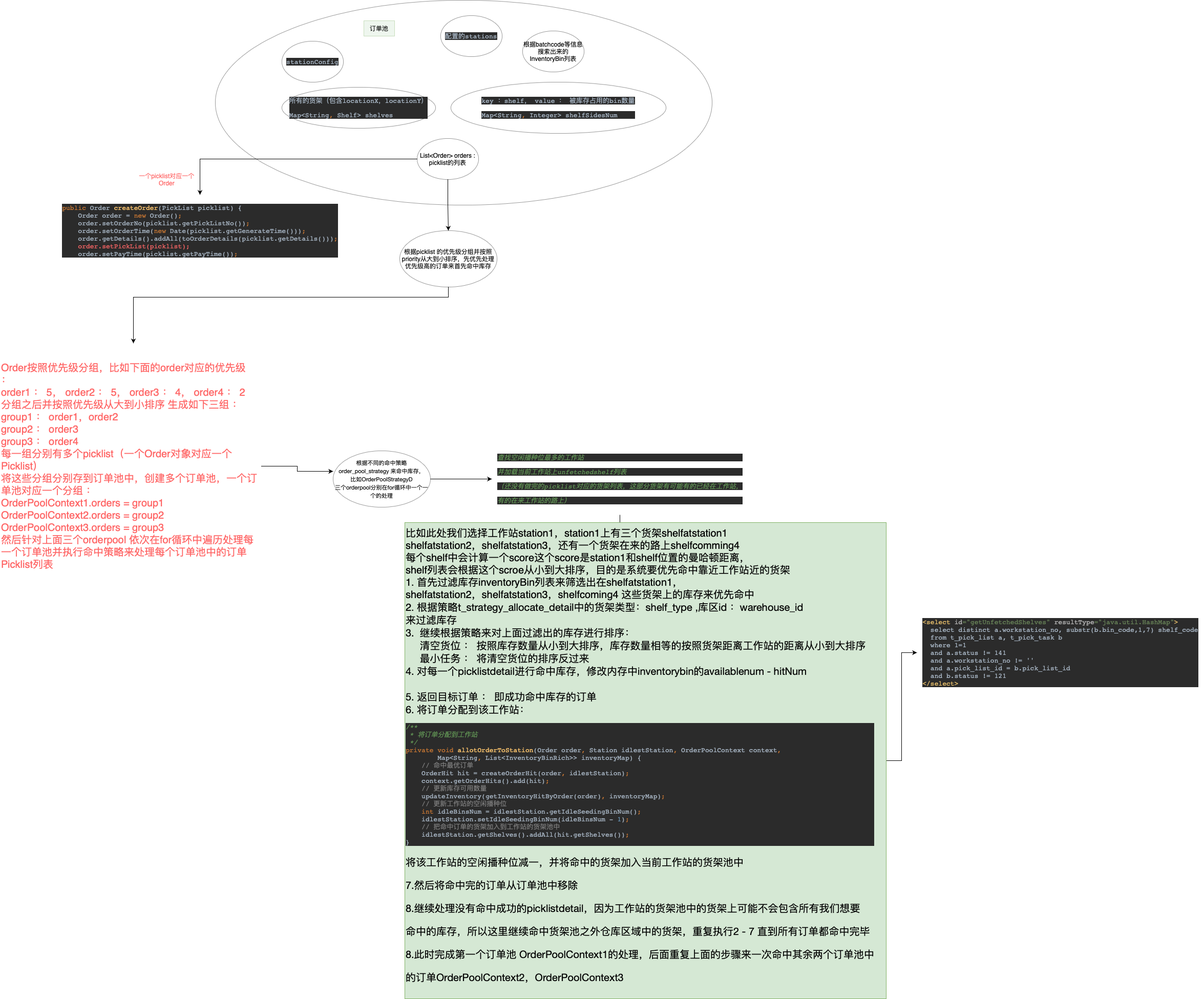
The draw.io diagram 订单池-命中库存.drawio.png in cong666/flow-chart, before a commit. Source tidied: cells renumbered, new cells last; positions are measured from the earlier drawing's top-left corner, leaving out a move shared by most shapes.
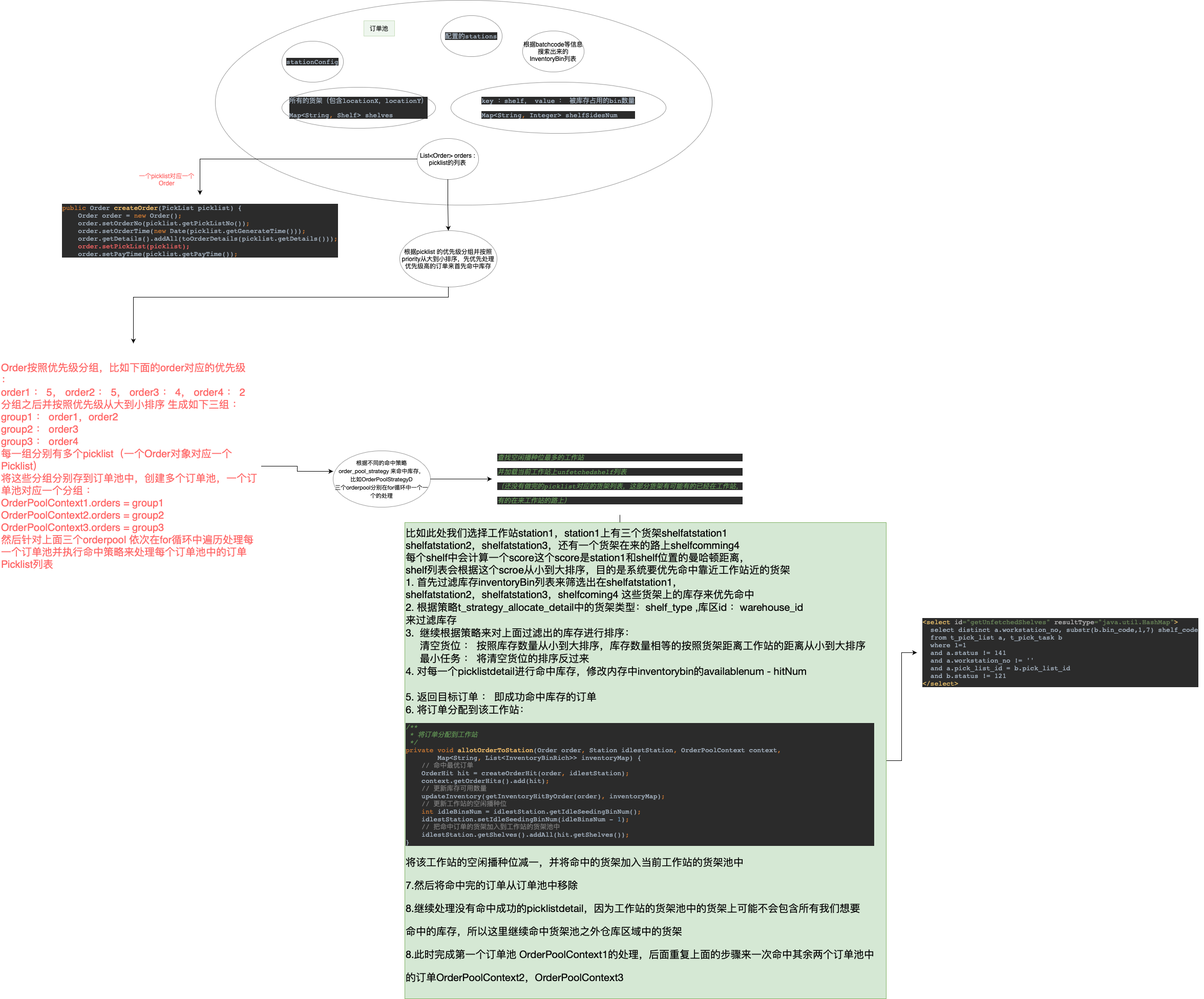
Later version of the same file.

Commit message:
更新订单池-命中库存.drawio.png

Diff of the diagram source:
```diff
@@ -75,7 +75,7 @@
     <mxCell id="22" style="edgeStyle=orthogonalEdgeStyle;rounded=0;jettySize=auto;html=1;fontSize=20;fontColor=#FF6666;" parent="1" edge="1" source="23" target="24">
       <mxGeometry relative="1" as="geometry" />
     </mxCell>
-    <mxCell id="23" value="比如此处我们选择工作站station1，station1上有三个货架shelfatstation1&lt;br&gt;&lt;div style=&quot;&quot;&gt;shelfatstation2，shelfatstation3，还有一个货架在来的路上shelfcomming4&lt;/div&gt;&lt;div style=&quot;&quot;&gt;每个shelf中会计算一个score这个score是station1和shelf位置的曼哈顿距离，&lt;/div&gt;&lt;div style=&quot;&quot;&gt;shelf列表会根据这个scroe从小到大排序，目的是系统要优先命中靠近工作站近的货架&lt;/div&gt;&lt;div style=&quot;&quot;&gt;1. 首先过滤库存inventoryBin列表来筛选出在shelfatstation1，&lt;/div&gt;shelfatstation2，shelfatstation3，shelfcoming4 这些货架上的库存来优先命中&amp;nbsp;&lt;br&gt;&lt;font&gt;2. 根据策略&lt;span style=&quot;font-size: 20px; font-family: &amp;quot;Helvetica Neue&amp;quot;;&quot;&gt;&lt;font style=&quot;font-size: 20px;&quot;&gt;t_strategy_allocate_detail中的货架类型：shelf_type ,库区id ：warehouse_id&lt;br&gt;来过滤库存&lt;br&gt;3. &amp;nbsp;继续根据策略来对上面过滤出的库存进行排序：&lt;br&gt;&amp;nbsp; &amp;nbsp; &amp;nbsp;清空货位 ： 按照库存数量从小到大排序，库存数量相等的按照货架距离工作站的距离从小到大排序&lt;br&gt;&amp;nbsp; &amp;nbsp; &amp;nbsp;最小任务 ： 将清空货位的排序反过来&lt;br&gt;4. 对每一个picklistdetail进行命中库存，修改内存中inventorybin的availablenum - hitNum&lt;br&gt;&lt;br&gt;5. 返回目标订单 ： 即成功命中库存的订单&lt;br&gt;6. 将订单分配到该工作站：&lt;br&gt;&lt;/font&gt;&lt;/span&gt;&lt;pre style=&quot;font-size: 9.8pt; background-color: rgb(43, 43, 43); color: rgb(169, 183, 198); font-family: &amp;quot;JetBrains Mono&amp;quot;, monospace;&quot;&gt;&lt;span style=&quot;color: rgb(98, 151, 85); font-style: italic;&quot;&gt;/**&lt;br&gt;&lt;/span&gt;&lt;span style=&quot;color: rgb(98, 151, 85); font-style: italic;&quot;&gt; * 将订单分配到工作站&lt;br&gt;&lt;/span&gt;&lt;span style=&quot;color: rgb(98, 151, 85); font-style: italic;&quot;&gt; */&lt;br&gt;&lt;/span&gt;&lt;span style=&quot;color: rgb(204, 120, 50);&quot;&gt;private void &lt;/span&gt;&lt;span style=&quot;color: rgb(255, 198, 109);&quot;&gt;allotOrderToStation&lt;/span&gt;(Order order&lt;span style=&quot;color: rgb(204, 120, 50);&quot;&gt;, &lt;/span&gt;Station idlestStation&lt;span style=&quot;color: rgb(204, 120, 50);&quot;&gt;, &lt;/span&gt;OrderPoolContext context&lt;span style=&quot;color: rgb(204, 120, 50);&quot;&gt;,&lt;br&gt;&lt;/span&gt;&lt;span style=&quot;color: rgb(204, 120, 50);&quot;&gt;        &lt;/span&gt;Map&amp;lt;String&lt;span style=&quot;color: rgb(204, 120, 50);&quot;&gt;, &lt;/span&gt;List&amp;lt;InventoryBinRich&amp;gt;&amp;gt; inventoryMap) {&lt;br&gt;    &lt;span style=&quot;color: rgb(128, 128, 128);&quot;&gt;// 命中最优订单&lt;br&gt;&lt;/span&gt;&lt;span style=&quot;color: rgb(128, 128, 128);&quot;&gt;    &lt;/span&gt;OrderHit hit = createOrderHit(order&lt;span style=&quot;color: rgb(204, 120, 50);&quot;&gt;, &lt;/span&gt;idlestStation)&lt;span style=&quot;color: rgb(204, 120, 50);&quot;&gt;;&lt;br&gt;&lt;/span&gt;&lt;span style=&quot;color: rgb(204, 120, 50);&quot;&gt;    &lt;/span&gt;context.getOrderHits().add(hit)&lt;span style=&quot;color: rgb(204, 120, 50);&quot;&gt;;&lt;br&gt;&lt;/span&gt;&lt;span style=&quot;color: rgb(204, 120, 50);&quot;&gt;    &lt;/span&gt;&lt;span style=&quot;color: rgb(128, 128, 128);&quot;&gt;// 更新库存可用数量&lt;br&gt;&lt;/span&gt;&lt;span style=&quot;color: rgb(128, 128, 128);&quot;&gt;    &lt;/span&gt;updateInventory(getInventoryHitByOrder(order)&lt;span style=&quot;color: rgb(204, 120, 50);&quot;&gt;, &lt;/span&gt;inventoryMap)&lt;span style=&quot;color: rgb(204, 120, 50);&quot;&gt;;&lt;br&gt;&lt;/span&gt;&lt;span style=&quot;color: rgb(204, 120, 50);&quot;&gt;    &lt;/span&gt;&lt;span style=&quot;color: rgb(128, 128, 128);&quot;&gt;// 更新工作站的空闲播种位&lt;br&gt;&lt;/span&gt;&lt;span style=&quot;color: rgb(128, 128, 128);&quot;&gt;    &lt;/span&gt;&lt;span style=&quot;color: rgb(204, 120, 50);&quot;&gt;int &lt;/span&gt;idleBinsNum = idlestStation.getIdleSeedingBinNum()&lt;span style=&quot;color: rgb(204, 120, 50);&quot;&gt;;&lt;br&gt;&lt;/span&gt;&lt;span style=&quot;color: rgb(204, 120, 50);&quot;&gt;    &lt;/span&gt;idlestStation.setIdleSeedingBinNum(idleBinsNum - &lt;span style=&quot;color: rgb(104, 151, 187);&quot;&gt;1&lt;/span&gt;)&lt;span style=&quot;color: rgb(204, 120, 50);&quot;&gt;;&lt;br&gt;&lt;/span&gt;&lt;span style=&quot;color: rgb(204, 120, 50);&quot;&gt;    &lt;/span&gt;&lt;span style=&quot;color: rgb(128, 128, 128);&quot;&gt;// 把命中订单的货架加入到工作站的货架池中&lt;br&gt;&lt;/span&gt;&lt;span style=&quot;color: rgb(128, 128, 128);&quot;&gt;    &lt;/span&gt;idlestStation.getShelves().addAll(hit.getShelves())&lt;span style=&quot;color: rgb(204, 120, 50);&quot;&gt;;&lt;br&gt;&lt;/span&gt;}&lt;/pre&gt;&lt;pre&gt;&lt;font face=&quot;Helvetica Neue&quot;&gt;将该工作站的空闲播种位减一，并将命中的货架加入当前工作站的货架池中&lt;/font&gt;&lt;/pre&gt;&lt;pre&gt;&lt;font face=&quot;Helvetica Neue&quot;&gt;7.然后将命中完的订单从订单池中移除&lt;/font&gt;&lt;/pre&gt;&lt;pre&gt;&lt;font face=&quot;Helvetica Neue&quot;&gt;8.继续处理没有命中成功的picklistdetail，因为工作站的货架池中的货架上可能不会包含所有我们想要&lt;/font&gt;&lt;/pre&gt;&lt;pre&gt;&lt;font face=&quot;Helvetica Neue&quot;&gt;命中的库存，所以这里继续命中货架池之外仓库区域中的货架，重复执行2 - 7 直到所有订单都命中完毕&lt;/font&gt;&lt;/pre&gt;&lt;pre&gt;&lt;font face=&quot;Helvetica Neue&quot;&gt;8.此时完成第一个订单池 OrderPoolContext1的处理，后面重复上面的步骤来一次命中其余两个订单池中&lt;/font&gt;&lt;/pre&gt;&lt;pre&gt;&lt;font face=&quot;Helvetica Neue&quot;&gt;的订单&lt;/font&gt;&lt;span style=&quot;font-family: &amp;quot;Helvetica Neue&amp;quot;;&quot;&gt;OrderPoolContext2，&lt;/span&gt;&lt;span style=&quot;font-family: &amp;quot;Helvetica Neue&amp;quot;;&quot;&gt;OrderPoolContext3&lt;/span&gt;&lt;/pre&gt;&lt;/font&gt;" style="text;html=1;align=left;verticalAlign=middle;points=[];strokeColor=#82b366;fillColor=#d5e8d4;fontSize=20;" parent="1" vertex="1">
+    <mxCell id="23" value="比如此处我们选择工作站station1，station1上有三个货架shelfatstation1&lt;br&gt;&lt;div style=&quot;&quot;&gt;shelfatstation2，shelfatstation3，还有一个货架在来的路上shelfcomming4&lt;/div&gt;&lt;div style=&quot;&quot;&gt;每个shelf中会计算一个score这个score是station1和shelf位置的曼哈顿距离，&lt;/div&gt;&lt;div style=&quot;&quot;&gt;shelf列表会根据这个scroe从小到大排序，目的是系统要优先命中靠近工作站近的货架&lt;/div&gt;&lt;div style=&quot;&quot;&gt;1. 首先过滤库存inventoryBin列表来筛选出在shelfatstation1，&lt;/div&gt;shelfatstation2，shelfatstation3，shelfcoming4 这些货架上的库存来优先命中&amp;nbsp;&lt;br&gt;&lt;font&gt;2. 根据策略&lt;span style=&quot;font-size: 20px; font-family: &amp;quot;Helvetica Neue&amp;quot;;&quot;&gt;&lt;font style=&quot;font-size: 20px;&quot;&gt;t_strategy_allocate_detail中的货架类型：shelf_type ,库区id ：warehouse_id&lt;br&gt;来过滤库存&lt;br&gt;3. &amp;nbsp;继续根据策略来对上面过滤出的库存进行排序：&lt;br&gt;&amp;nbsp; &amp;nbsp; &amp;nbsp;清空货位 ： 按照库存数量从小到大排序，库存数量相等的按照货架距离工作站的距离从小到大排序&lt;br&gt;&amp;nbsp; &amp;nbsp; &amp;nbsp;最小任务 ： 将清空货位的排序反过来&lt;br&gt;4. 对每一个picklistdetail进行命中库存，修改内存中inventorybin的availablenum - hitNum&lt;br&gt;&lt;br&gt;5. 返回目标订单 ： 即成功命中库存的订单&lt;br&gt;6. 将订单分配到该工作站：&lt;br&gt;&lt;/font&gt;&lt;/span&gt;&lt;pre style=&quot;font-size: 9.8pt; background-color: rgb(43, 43, 43); color: rgb(169, 183, 198); font-family: &amp;quot;JetBrains Mono&amp;quot;, monospace;&quot;&gt;&lt;span style=&quot;color: rgb(98, 151, 85); font-style: italic;&quot;&gt;/**&lt;br&gt;&lt;/span&gt;&lt;span style=&quot;color: rgb(98, 151, 85); font-style: italic;&quot;&gt; * 将订单分配到工作站&lt;br&gt;&lt;/span&gt;&lt;span style=&quot;color: rgb(98, 151, 85); font-style: italic;&quot;&gt; */&lt;br&gt;&lt;/span&gt;&lt;span style=&quot;color: rgb(204, 120, 50);&quot;&gt;private void &lt;/span&gt;&lt;span style=&quot;color: rgb(255, 198, 109);&quot;&gt;allotOrderToStation&lt;/span&gt;(Order order&lt;span style=&quot;color: rgb(204, 120, 50);&quot;&gt;, &lt;/span&gt;Station idlestStation&lt;span style=&quot;color: rgb(204, 120, 50);&quot;&gt;, &lt;/span&gt;OrderPoolContext context&lt;span style=&quot;color: rgb(204, 120, 50);&quot;&gt;,&lt;br&gt;&lt;/span&gt;&lt;span style=&quot;color: rgb(204, 120, 50);&quot;&gt;        &lt;/span&gt;Map&amp;lt;String&lt;span style=&quot;color: rgb(204, 120, 50);&quot;&gt;, &lt;/span&gt;List&amp;lt;InventoryBinRich&amp;gt;&amp;gt; inventoryMap) {&lt;br&gt;    &lt;span style=&quot;color: rgb(128, 128, 128);&quot;&gt;// 命中最优订单&lt;br&gt;&lt;/span&gt;&lt;span style=&quot;color: rgb(128, 128, 128);&quot;&gt;    &lt;/span&gt;OrderHit hit = createOrderHit(order&lt;span style=&quot;color: rgb(204, 120, 50);&quot;&gt;, &lt;/span&gt;idlestStation)&lt;span style=&quot;color: rgb(204, 120, 50);&quot;&gt;;&lt;br&gt;&lt;/span&gt;&lt;span style=&quot;color: rgb(204, 120, 50);&quot;&gt;    &lt;/span&gt;context.getOrderHits().add(hit)&lt;span style=&quot;color: rgb(204, 120, 50);&quot;&gt;;&lt;br&gt;&lt;/span&gt;&lt;span style=&quot;color: rgb(204, 120, 50);&quot;&gt;    &lt;/span&gt;&lt;span style=&quot;color: rgb(128, 128, 128);&quot;&gt;// 更新库存可用数量&lt;br&gt;&lt;/span&gt;&lt;span style=&quot;color: rgb(128, 128, 128);&quot;&gt;    &lt;/span&gt;updateInventory(getInventoryHitByOrder(order)&lt;span style=&quot;color: rgb(204, 120, 50);&quot;&gt;, &lt;/span&gt;inventoryMap)&lt;span style=&quot;color: rgb(204, 120, 50);&quot;&gt;;&lt;br&gt;&lt;/span&gt;&lt;span style=&quot;color: rgb(204, 120, 50);&quot;&gt;    &lt;/span&gt;&lt;span style=&quot;color: rgb(128, 128, 128);&quot;&gt;// 更新工作站的空闲播种位&lt;br&gt;&lt;/span&gt;&lt;span style=&quot;color: rgb(128, 128, 128);&quot;&gt;    &lt;/span&gt;&lt;span style=&quot;color: rgb(204, 120, 50);&quot;&gt;int &lt;/span&gt;idleBinsNum = idlestStation.getIdleSeedingBinNum()&lt;span style=&quot;color: rgb(204, 120, 50);&quot;&gt;;&lt;br&gt;&lt;/span&gt;&lt;span style=&quot;color: rgb(204, 120, 50);&quot;&gt;    &lt;/span&gt;idlestStation.setIdleSeedingBinNum(idleBinsNum - &lt;span style=&quot;color: rgb(104, 151, 187);&quot;&gt;1&lt;/span&gt;)&lt;span style=&quot;color: rgb(204, 120, 50);&quot;&gt;;&lt;br&gt;&lt;/span&gt;&lt;span style=&quot;color: rgb(204, 120, 50);&quot;&gt;    &lt;/span&gt;&lt;span style=&quot;color: rgb(128, 128, 128);&quot;&gt;// 把命中订单的货架加入到工作站的货架池中&lt;br&gt;&lt;/span&gt;&lt;span style=&quot;color: rgb(128, 128, 128);&quot;&gt;    &lt;/span&gt;idlestStation.getShelves().addAll(hit.getShelves())&lt;span style=&quot;color: rgb(204, 120, 50);&quot;&gt;;&lt;br&gt;&lt;/span&gt;}&lt;/pre&gt;&lt;pre&gt;&lt;font face=&quot;Helvetica Neue&quot;&gt;将该工作站的空闲播种位减一，并将命中的货架加入当前工作站的货架池中&lt;/font&gt;&lt;/pre&gt;&lt;pre&gt;&lt;font face=&quot;Helvetica Neue&quot;&gt;7.然后将命中完的订单从订单池中移除&lt;/font&gt;&lt;/pre&gt;&lt;pre&gt;&lt;font face=&quot;Helvetica Neue&quot;&gt;8.继续处理没有命中成功的picklistdetail，因为工作站的货架池中的货架上可能不会包含所有我们想要&lt;/font&gt;&lt;/pre&gt;&lt;pre&gt;&lt;font face=&quot;Helvetica Neue&quot;&gt;命中的库存，所以这里继续命中货架池之外仓库区域中的货架&lt;/font&gt;&lt;/pre&gt;&lt;pre&gt;&lt;font face=&quot;Helvetica Neue&quot;&gt;8.此时完成第一个订单池 OrderPoolContext1的处理，后面重复上面的步骤来一次命中其余两个订单池中&lt;/font&gt;&lt;/pre&gt;&lt;pre&gt;&lt;font face=&quot;Helvetica Neue&quot;&gt;的订单&lt;/font&gt;&lt;span style=&quot;font-family: &amp;quot;Helvetica Neue&amp;quot;;&quot;&gt;OrderPoolContext2，&lt;/span&gt;&lt;span style=&quot;font-family: &amp;quot;Helvetica Neue&amp;quot;;&quot;&gt;OrderPoolContext3&lt;/span&gt;&lt;/pre&gt;&lt;/font&gt;" style="text;html=1;align=left;verticalAlign=middle;points=[];strokeColor=#82b366;fillColor=#d5e8d4;fontSize=20;" parent="1" vertex="1">
       <mxGeometry x="790" y="1020" width="940" height="930" as="geometry" />
     </mxCell>
     <mxCell id="24" value="&lt;pre style=&quot;text-align: start; background-color: rgb(43, 43, 43); color: rgb(169, 183, 198); font-family: &amp;quot;JetBrains Mono&amp;quot;, monospace; font-size: 9.8pt;&quot;&gt;&lt;span style=&quot;color: rgb(232, 191, 106);&quot;&gt;&amp;lt;select &lt;/span&gt;&lt;span style=&quot;color: rgb(186, 186, 186);&quot;&gt;id&lt;/span&gt;&lt;span style=&quot;color: rgb(106, 135, 89);&quot;&gt;=&quot;getUnfetchedShelves&quot; &lt;/span&gt;&lt;span style=&quot;color: rgb(186, 186, 186);&quot;&gt;resultType&lt;/span&gt;&lt;span style=&quot;color: rgb(106, 135, 89);&quot;&gt;=&quot;java.util.HashMap&quot;&lt;/span&gt;&lt;span style=&quot;color: rgb(232, 191, 106);&quot;&gt;&amp;gt;&lt;br&gt;&lt;/span&gt;&lt;span style=&quot;color: rgb(232, 191, 106);&quot;&gt;  &lt;/span&gt;select distinct a.workstation_no, substr(b.bin_code,1,7) shelf_code&lt;br&gt;  from t_pick_list a, t_pick_task b&lt;br&gt;  where 1=1&lt;br&gt;  and a.status != 141&lt;br&gt;  and a.workstation_no != ''&lt;br&gt;  and a.pick_list_id = b.pick_list_id&lt;br&gt;  and b.status != 121&lt;br&gt;&lt;span style=&quot;color: rgb(232, 191, 106);&quot;&gt;&amp;lt;/select&amp;gt;&lt;/span&gt;&lt;/pre&gt;" style="text;html=1;align=center;verticalAlign=middle;points=[];strokeColor=none;fillColor=none;fontSize=20;fontColor=#FF6666;" parent="1" vertex="1">
```
